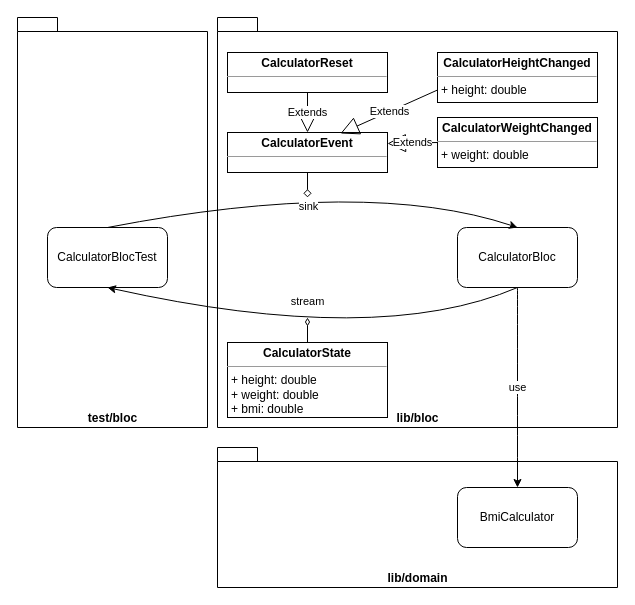
This is diagrams/bmi-calculator-bloc-test.drawio from nikkijuk/bmi-calculator-app, a draw.io file, before an edit. Source tidied: cells renumbered, new cells numbered last; positions are measured from the earlier drawing's top-left corner, leaving out a move shared by most shapes. Both pictures are drawn from the tidied source at 100%, with x=0, y=0 at pixel (17, 17).
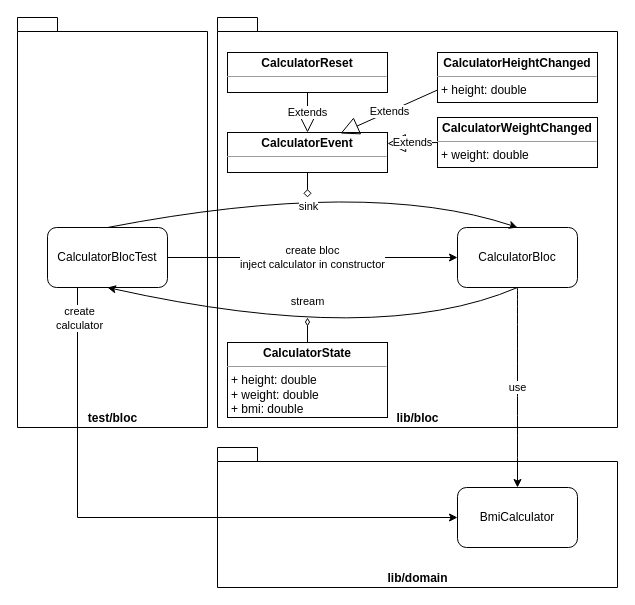
Above is the later version.

Commit message (it also covers changes not shown here):
clarify test case building

The change refers to these unchanged cells:
```xml
<mxCell id="5" value="CalculatorBlocTest" style="rounded=1;whiteSpace=wrap;html=1;" parent="1" vertex="1">
  <mxGeometry x="30" y="210" width="120" height="60" as="geometry" />
</mxCell>
<mxCell id="6" value="CalculatorBloc" style="rounded=1;whiteSpace=wrap;html=1;" parent="1" vertex="1">
  <mxGeometry x="440" y="210" width="120" height="60" as="geometry" />
</mxCell>
<mxCell id="11" value="BmiCalculator" style="rounded=1;whiteSpace=wrap;html=1;" parent="1" vertex="1">
  <mxGeometry x="440" y="470" width="120" height="60" as="geometry" />
</mxCell>
```

Diff of the diagram source:
```diff
@@
+    <mxCell id="23" value="create bloc&lt;br&gt;inject calculator in constructor" style="edgeStyle=orthogonalEdgeStyle;rounded=0;jettySize=auto;html=1;exitX=1;exitY=0.5;exitDx=0;exitDy=0;" parent="1" edge="1" source="5" target="6">
+      <mxGeometry relative="1" as="geometry" />
+    </mxCell>
+    <mxCell id="24" style="edgeStyle=orthogonalEdgeStyle;rounded=0;jettySize=auto;html=1;exitX=0.25;exitY=1;exitDx=0;exitDy=0;entryX=0;entryY=0.5;entryDx=0;entryDy=0;" parent="1" edge="1" source="5" target="11">
+      <mxGeometry relative="1" as="geometry" />
+    </mxCell>
+    <mxCell id="25" value="create&lt;br&gt;calculator" style="edgeLabel;html=1;align=center;verticalAlign=middle;" parent="24" vertex="1">
+      <mxGeometry x="0.24" y="-2" relative="1" as="geometry">
+        <mxPoint x="-147" y="-202" as="offset" />
+      </mxGeometry>
+    </mxCell>
```
